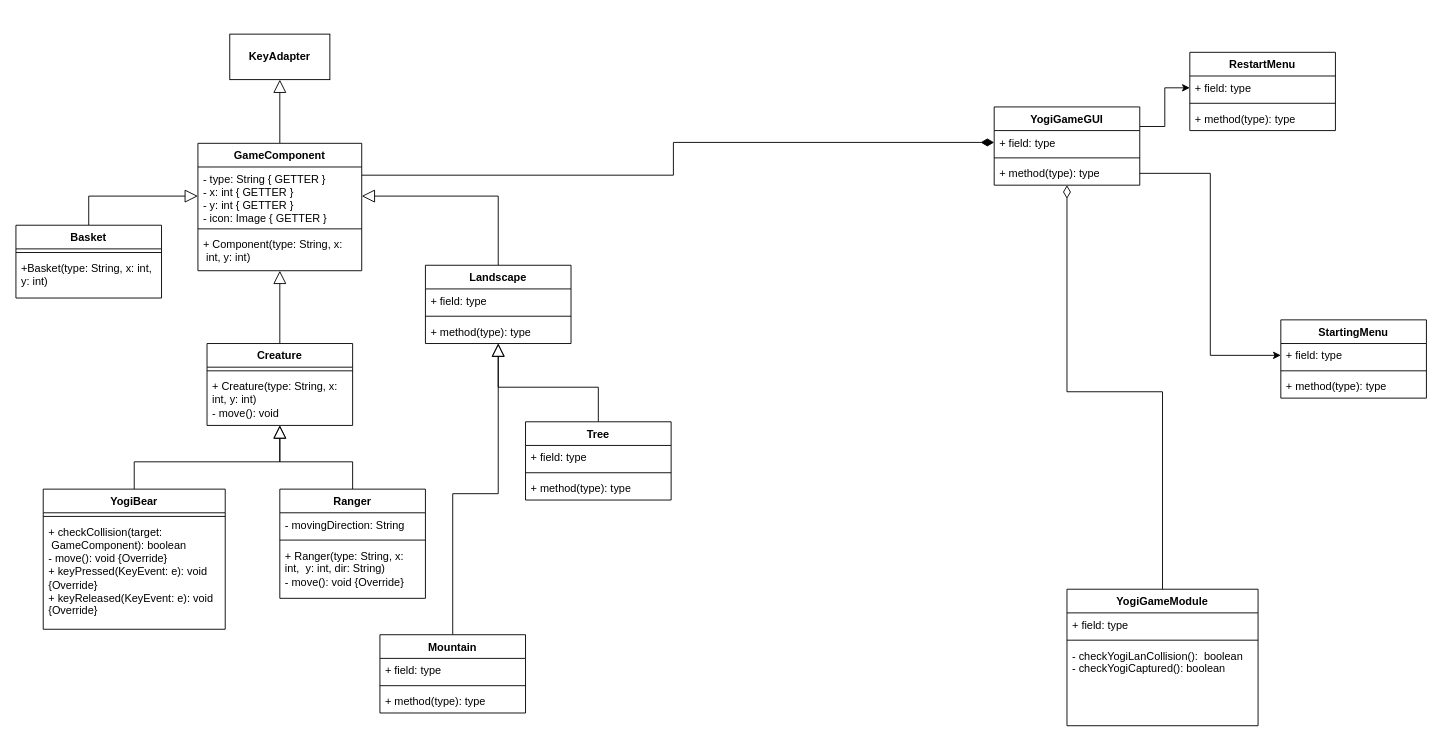
summertx/uml keeps this draw.io diagram as thirdAssignment.drawio. Above is the earlier version. Source tidied: cells renumbered, new cells numbered last; positions are measured from the earlier drawing's top-left corner, leaving out a move shared by most shapes. Both pictures are drawn from the tidied source at 91%, with x=0, y=0 at pixel (15, 34).
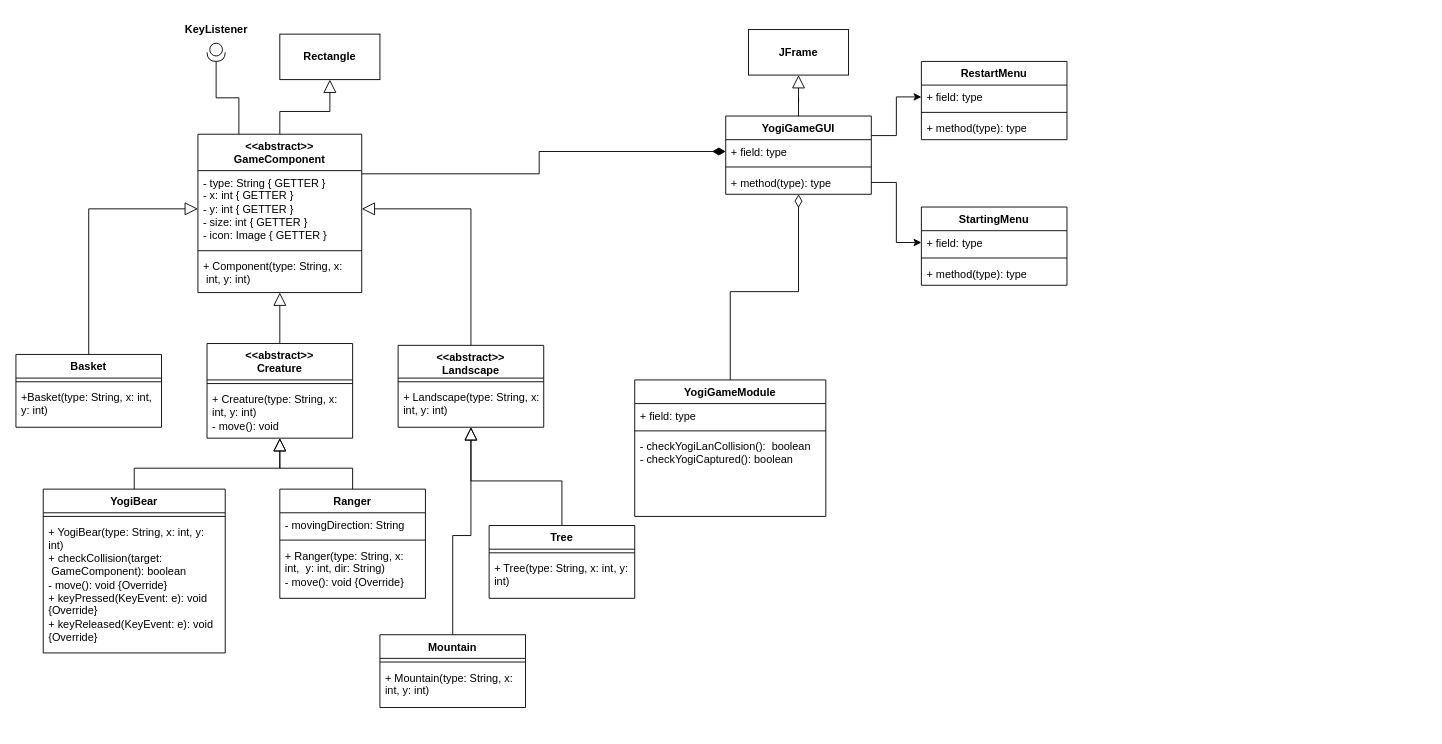
The same page after the edit.

Diff of the diagram source:
```diff
@@
-    <mxCell id="3" value="Creature&lt;div&gt;&lt;br&gt;&lt;/div&gt;" style="swimlane;fontStyle=1;align=center;verticalAlign=top;horizontal=1;startSize=26;whiteSpace=wrap;html=1;" parent="1" vertex="1">
-      <mxGeometry x="210" y="340" width="160" height="90" as="geometry" />
+    <mxCell id="3" value="&lt;div&gt;&amp;lt;&amp;lt;abstract&amp;gt;&amp;gt;&lt;/div&gt;Creature" style="swimlane;fontStyle=1;align=center;verticalAlign=top;horizontal=1;startSize=40;whiteSpace=wrap;html=1;" parent="1" vertex="1">
+      <mxGeometry x="210" y="340" width="160" height="104" as="geometry" />
     </mxCell>
     <mxCell id="4" style="line;strokeWidth=1;fillColor=none;align=left;verticalAlign=middle;spacingTop=-1;spacingLeft=3;spacingRight=3;labelPosition=right;strokeColor=inherit;" parent="3" vertex="1">
-      <mxGeometry y="26" width="160" height="8" as="geometry" />
+      <mxGeometry y="40" width="160" height="8" as="geometry" />
     </mxCell>
     <mxCell id="5" value="&lt;div&gt;+ Creature(type: String, x: int, y: int)&lt;/div&gt;- move(): void" style="text;strokeColor=none;fillColor=none;align=left;verticalAlign=top;spacingLeft=4;spacingRight=4;overflow=hidden;whiteSpace=wrap;html=1;" parent="3" vertex="1">
-      <mxGeometry y="34" width="160" height="56" as="geometry" />
+      <mxGeometry y="48" width="160" height="56" as="geometry" />
     </mxCell>
@@
     <mxCell id="7" value="YogiBear" style="swimlane;fontStyle=1;align=center;verticalAlign=top;horizontal=1;startSize=26;whiteSpace=wrap;html=1;" parent="1" vertex="1">
-      <mxGeometry x="30" y="500" width="200" height="154" as="geometry" />
+      <mxGeometry x="30" y="500" width="200" height="180" as="geometry" />
     </mxCell>
@@
-    <mxCell id="9" value="+ checkCollision(target:&amp;nbsp; &amp;nbsp; &amp;nbsp; &amp;nbsp;GameComponent): boolean&lt;div&gt;- move(): void {Override}&lt;/div&gt;&lt;div&gt;+ keyPressed(KeyEvent: e): void {Override}&lt;/div&gt;&lt;div&gt;+ keyReleased(KeyEvent: e): void {Override}&lt;/div&gt;" style="text;strokeColor=none;fillColor=none;align=left;verticalAlign=top;spacingLeft=4;spacingRight=4;overflow=hidden;whiteSpace=wrap;html=1;" parent="7" vertex="1">
-      <mxGeometry y="34" width="200" height="120" as="geometry" />
+    <mxCell id="9" value="&lt;div&gt;+ YogiBear(type: String, x: int, y: int)&lt;/div&gt;+ checkCollision(target:&amp;nbsp; &amp;nbsp; &amp;nbsp; &amp;nbsp;GameComponent): boolean&lt;div&gt;- move(): void {Override}&lt;/div&gt;&lt;div&gt;+ keyPressed(KeyEvent: e): void {Override}&lt;/div&gt;&lt;div&gt;+ keyReleased(KeyEvent: e): void {Override}&lt;/div&gt;" style="text;strokeColor=none;fillColor=none;align=left;verticalAlign=top;spacingLeft=4;spacingRight=4;overflow=hidden;whiteSpace=wrap;html=1;" parent="7" vertex="1">
+      <mxGeometry y="34" width="200" height="146" as="geometry" />
     </mxCell>
@@
     <mxCell id="11" value="Basket" style="swimlane;fontStyle=1;align=center;verticalAlign=top;horizontal=1;startSize=26;whiteSpace=wrap;html=1;" parent="1" vertex="1">
-      <mxGeometry y="210" width="160" height="80" as="geometry" />
+      <mxGeometry y="352" width="160" height="80" as="geometry" />
     </mxCell>
@@
-    <mxCell id="15" value="Landscape" style="swimlane;fontStyle=1;align=center;verticalAlign=top;horizontal=1;startSize=26;whiteSpace=wrap;html=1;" parent="1" vertex="1">
-      <mxGeometry x="450" y="254" width="160" height="86" as="geometry" />
+    <mxCell id="15" value="&lt;div&gt;&amp;lt;&amp;lt;abstract&amp;gt;&amp;gt;&lt;/div&gt;Landscape" style="swimlane;fontStyle=1;align=center;verticalAlign=top;horizontal=1;startSize=36;whiteSpace=wrap;html=1;" parent="1" vertex="1">
+      <mxGeometry x="420" y="342" width="160" height="90" as="geometry" />
     </mxCell>
-    <mxCell id="16" value="+ field: type" style="text;strokeColor=none;fillColor=none;align=left;verticalAlign=top;spacingLeft=4;spacingRight=4;overflow=hidden;whiteSpace=wrap;html=1;" parent="15" vertex="1">
-      <mxGeometry y="26" width="160" height="26" as="geometry" />
-    </mxCell>
     <mxCell id="17" style="line;strokeWidth=1;fillColor=none;align=left;verticalAlign=middle;spacingTop=-1;spacingLeft=3;spacingRight=3;labelPosition=right;strokeColor=inherit;" parent="15" vertex="1">
-      <mxGeometry y="52" width="160" height="8" as="geometry" />
+      <mxGeometry y="36" width="160" height="8" as="geometry" />
     </mxCell>
-    <mxCell id="18" value="+ method(type): type" style="text;strokeColor=none;fillColor=none;align=left;verticalAlign=top;spacingLeft=4;spacingRight=4;overflow=hidden;whiteSpace=wrap;html=1;" parent="15" vertex="1">
-      <mxGeometry y="60" width="160" height="26" as="geometry" />
+    <mxCell id="18" value="+ Landscape(type: String, x: int, y: int)" style="text;strokeColor=none;fillColor=none;align=left;verticalAlign=top;spacingLeft=4;spacingRight=4;overflow=hidden;whiteSpace=wrap;html=1;" parent="15" vertex="1">
+      <mxGeometry y="44" width="160" height="46" as="geometry" />
     </mxCell>
@@
+    <mxCell id="60" style="edgeStyle=orthogonalEdgeStyle;rounded=0;jettySize=auto;html=1;exitX=0.25;exitY=0;exitDx=0;exitDy=0;endArrow=none;endFill=0;" parent="1" edge="1" source="21" target="61">
+      <mxGeometry relative="1" as="geometry" />
+    </mxCell>
-    <mxCell id="21" value="GameComponent" style="swimlane;fontStyle=1;align=center;verticalAlign=top;horizontal=1;startSize=26;whiteSpace=wrap;html=1;" parent="1" vertex="1">
-      <mxGeometry x="200" y="120" width="180" height="140" as="geometry" />
+    <mxCell id="21" value="&lt;div&gt;&amp;lt;&amp;lt;abstract&amp;gt;&amp;gt;&lt;/div&gt;GameComponent" style="swimlane;fontStyle=1;align=center;verticalAlign=top;horizontal=1;startSize=40;whiteSpace=wrap;html=1;" parent="1" vertex="1">
+      <mxGeometry x="200" y="110" width="180" height="174" as="geometry" />
     </mxCell>
-    <mxCell id="22" value="&lt;div&gt;- type: String { GETTER }&lt;/div&gt;- x: int { GETTER }&lt;div&gt;- y: int { GETTER }&lt;/div&gt;&lt;div&gt;- icon: Image { GETTER }&amp;nbsp;&lt;/div&gt;" style="text;strokeColor=none;fillColor=none;align=left;verticalAlign=top;spacingLeft=4;spacingRight=4;overflow=hidden;points=[[0,0.5],[1,0.5]];portConstraint=eastwest;whiteSpace=wrap;html=1;" parent="21" vertex="1">
-      <mxGeometry y="26" width="180" height="64" as="geometry" />
+    <mxCell id="22" value="&lt;div&gt;- type: String { GETTER }&lt;/div&gt;- x: int { GETTER }&lt;div&gt;- y: int { GETTER }&lt;/div&gt;&lt;div&gt;- size: int { GETTER }&lt;/div&gt;&lt;div&gt;- icon: Image { GETTER }&amp;nbsp;&lt;/div&gt;" style="text;strokeColor=none;fillColor=none;align=left;verticalAlign=top;spacingLeft=4;spacingRight=4;overflow=hidden;points=[[0,0.5],[1,0.5]];portConstraint=eastwest;whiteSpace=wrap;html=1;" parent="21" vertex="1">
+      <mxGeometry y="40" width="180" height="84" as="geometry" />
     </mxCell>
     <mxCell id="23" style="line;strokeWidth=1;fillColor=none;align=left;verticalAlign=middle;spacingTop=-1;spacingLeft=3;spacingRight=3;labelPosition=right;strokeColor=inherit;" parent="21" vertex="1">
-      <mxGeometry y="90" width="180" height="8" as="geometry" />
+      <mxGeometry y="124" width="180" height="8" as="geometry" />
     </mxCell>
     <mxCell id="24" value="&lt;div&gt;+ Component(type: String, x:&amp;nbsp; &amp;nbsp; &amp;nbsp;int, y: int)&lt;/div&gt;" style="text;strokeColor=none;fillColor=none;align=left;verticalAlign=top;spacingLeft=4;spacingRight=4;overflow=hidden;whiteSpace=wrap;html=1;" parent="21" vertex="1">
-      <mxGeometry y="98" width="180" height="42" as="geometry" />
+      <mxGeometry y="132" width="180" height="42" as="geometry" />
     </mxCell>
@@
     <mxCell id="31" value="Tree" style="swimlane;fontStyle=1;align=center;verticalAlign=top;horizontal=1;startSize=26;whiteSpace=wrap;html=1;" parent="1" vertex="1">
-      <mxGeometry x="560" y="426" width="160" height="86" as="geometry" />
+      <mxGeometry x="520" y="540" width="160" height="80" as="geometry" />
     </mxCell>
-    <mxCell id="32" value="+ field: type" style="text;strokeColor=none;fillColor=none;align=left;verticalAlign=top;spacingLeft=4;spacingRight=4;overflow=hidden;whiteSpace=wrap;html=1;" parent="31" vertex="1">
-      <mxGeometry y="26" width="160" height="26" as="geometry" />
-    </mxCell>
     <mxCell id="33" style="line;strokeWidth=1;fillColor=none;align=left;verticalAlign=middle;spacingTop=-1;spacingLeft=3;spacingRight=3;labelPosition=right;strokeColor=inherit;" parent="31" vertex="1">
-      <mxGeometry y="52" width="160" height="8" as="geometry" />
+      <mxGeometry y="26" width="160" height="8" as="geometry" />
     </mxCell>
-    <mxCell id="34" value="+ method(type): type" style="text;strokeColor=none;fillColor=none;align=left;verticalAlign=top;spacingLeft=4;spacingRight=4;overflow=hidden;whiteSpace=wrap;html=1;" parent="31" vertex="1">
-      <mxGeometry y="60" width="160" height="26" as="geometry" />
+    <mxCell id="34" value="+ Tree(type: String, x: int, y: int)" style="text;strokeColor=none;fillColor=none;align=left;verticalAlign=top;spacingLeft=4;spacingRight=4;overflow=hidden;whiteSpace=wrap;html=1;" parent="31" vertex="1">
+      <mxGeometry y="34" width="160" height="46" as="geometry" />
     </mxCell>
@@
     <mxCell id="36" value="Mountain" style="swimlane;fontStyle=1;align=center;verticalAlign=top;horizontal=1;startSize=26;whiteSpace=wrap;html=1;" parent="1" vertex="1">
-      <mxGeometry x="400" y="660" width="160" height="86" as="geometry" />
+      <mxGeometry x="400" y="660" width="160" height="80" as="geometry" />
     </mxCell>
-    <mxCell id="37" value="+ field: type" style="text;strokeColor=none;fillColor=none;align=left;verticalAlign=top;spacingLeft=4;spacingRight=4;overflow=hidden;whiteSpace=wrap;html=1;" parent="36" vertex="1">
-      <mxGeometry y="26" width="160" height="26" as="geometry" />
-    </mxCell>
     <mxCell id="38" style="line;strokeWidth=1;fillColor=none;align=left;verticalAlign=middle;spacingTop=-1;spacingLeft=3;spacingRight=3;labelPosition=right;strokeColor=inherit;" parent="36" vertex="1">
-      <mxGeometry y="52" width="160" height="8" as="geometry" />
+      <mxGeometry y="26" width="160" height="8" as="geometry" />
     </mxCell>
-    <mxCell id="39" value="+ method(type): type" style="text;strokeColor=none;fillColor=none;align=left;verticalAlign=top;spacingLeft=4;spacingRight=4;overflow=hidden;whiteSpace=wrap;html=1;" parent="36" vertex="1">
-      <mxGeometry y="60" width="160" height="26" as="geometry" />
+    <mxCell id="39" value="+ Mountain(type: String, x: int, y: int)" style="text;strokeColor=none;fillColor=none;align=left;verticalAlign=top;spacingLeft=4;spacingRight=4;overflow=hidden;whiteSpace=wrap;html=1;" parent="36" vertex="1">
+      <mxGeometry y="34" width="160" height="46" as="geometry" />
     </mxCell>
-    <mxCell id="40" value="&lt;b&gt;KeyAdapter&lt;/b&gt;" style="html=1;whiteSpace=wrap;" parent="1" vertex="1">
-      <mxGeometry x="235" width="110" height="50" as="geometry" />
+    <mxCell id="40" value="&lt;b&gt;Rectangle&lt;/b&gt;" style="html=1;whiteSpace=wrap;" parent="1" vertex="1">
+      <mxGeometry x="290" width="110" height="50" as="geometry" />
     </mxCell>
@@
     <mxCell id="42" value="YogiGameModule" style="swimlane;fontStyle=1;align=center;verticalAlign=top;horizontal=1;startSize=26;whiteSpace=wrap;html=1;" parent="1" vertex="1">
-      <mxGeometry x="1155" y="610" width="210" height="150" as="geometry" />
+      <mxGeometry x="680" y="380" width="210" height="150" as="geometry" />
     </mxCell>
@@
     <mxCell id="47" value="YogiGameGUI" style="swimlane;fontStyle=1;align=center;verticalAlign=top;horizontal=1;startSize=26;whiteSpace=wrap;html=1;" parent="1" vertex="1">
-      <mxGeometry x="1075" y="80" width="160" height="86" as="geometry" />
+      <mxGeometry x="780" y="90" width="160" height="86" as="geometry" />
     </mxCell>
@@
     <mxCell id="51" value="StartingMenu" style="swimlane;fontStyle=1;align=center;verticalAlign=top;horizontal=1;startSize=26;whiteSpace=wrap;html=1;" parent="1" vertex="1">
-      <mxGeometry x="1390" y="314" width="160" height="86" as="geometry" />
+      <mxGeometry x="995" y="190" width="160" height="86" as="geometry" />
     </mxCell>
@@
     <mxCell id="55" value="RestartMenu" style="swimlane;fontStyle=1;align=center;verticalAlign=top;horizontal=1;startSize=26;whiteSpace=wrap;html=1;" parent="1" vertex="1">
-      <mxGeometry x="1290" y="20" width="160" height="86" as="geometry" />
+      <mxGeometry x="995" y="30" width="160" height="86" as="geometry" />
     </mxCell>
@@
+    <mxCell id="61" style="shape=providedRequiredInterface;html=1;verticalLabelPosition=bottom;sketch=0;direction=south;" parent="1" vertex="1">
+      <mxGeometry x="210" y="10" width="20" height="20" as="geometry" />
+    </mxCell>
+    <mxCell id="62" value="&lt;b&gt;KeyListener&lt;/b&gt;" style="text;html=1;align=center;verticalAlign=middle;strokeColor=none;fillColor=none;" parent="1" vertex="1">
+      <mxGeometry x="175" y="-20" width="90" height="30" as="geometry" />
+    </mxCell>
+    <mxCell id="63" style="edgeStyle=orthogonalEdgeStyle;rounded=0;jettySize=auto;html=1;entryX=0.5;entryY=0;entryDx=0;entryDy=0;startArrow=block;startFill=0;endArrow=none;endFill=0;startSize=12;" parent="1" edge="1" source="64" target="47">
+      <mxGeometry relative="1" as="geometry" />
+    </mxCell>
+    <mxCell id="64" value="&lt;b&gt;JFrame&lt;/b&gt;" style="html=1;whiteSpace=wrap;" parent="1" vertex="1">
+      <mxGeometry x="805" y="-5" width="110" height="50" as="geometry" />
+    </mxCell>
```
